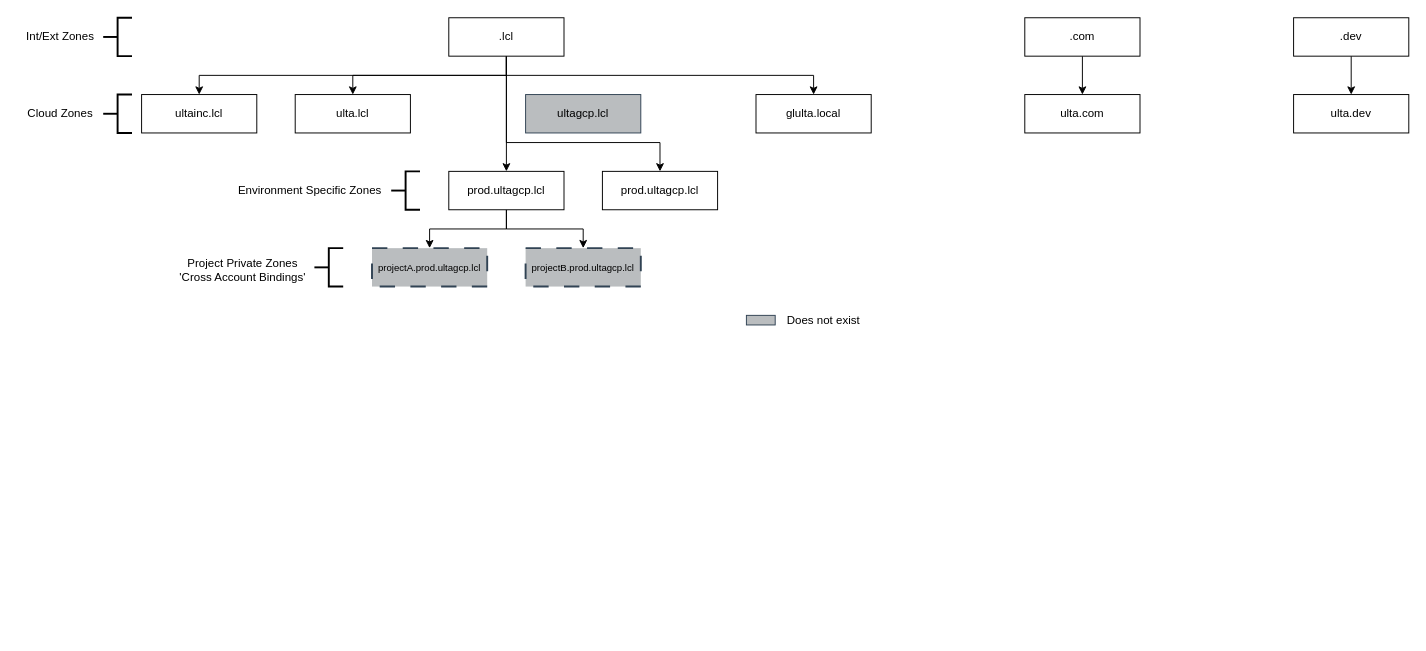
This is page "Domain Hierarchy" (2 of 2) of images/gcp-net-svc.drawio from bpayt2/temp, a draw.io file, before an edit. Source tidied: cells renumbered, new cells numbered last; positions are measured from the earlier drawing's top-left corner, leaving out a move shared by most shapes. Both pictures are drawn from the tidied source at 96%, with x=0, y=0 at pixel (16, 17).
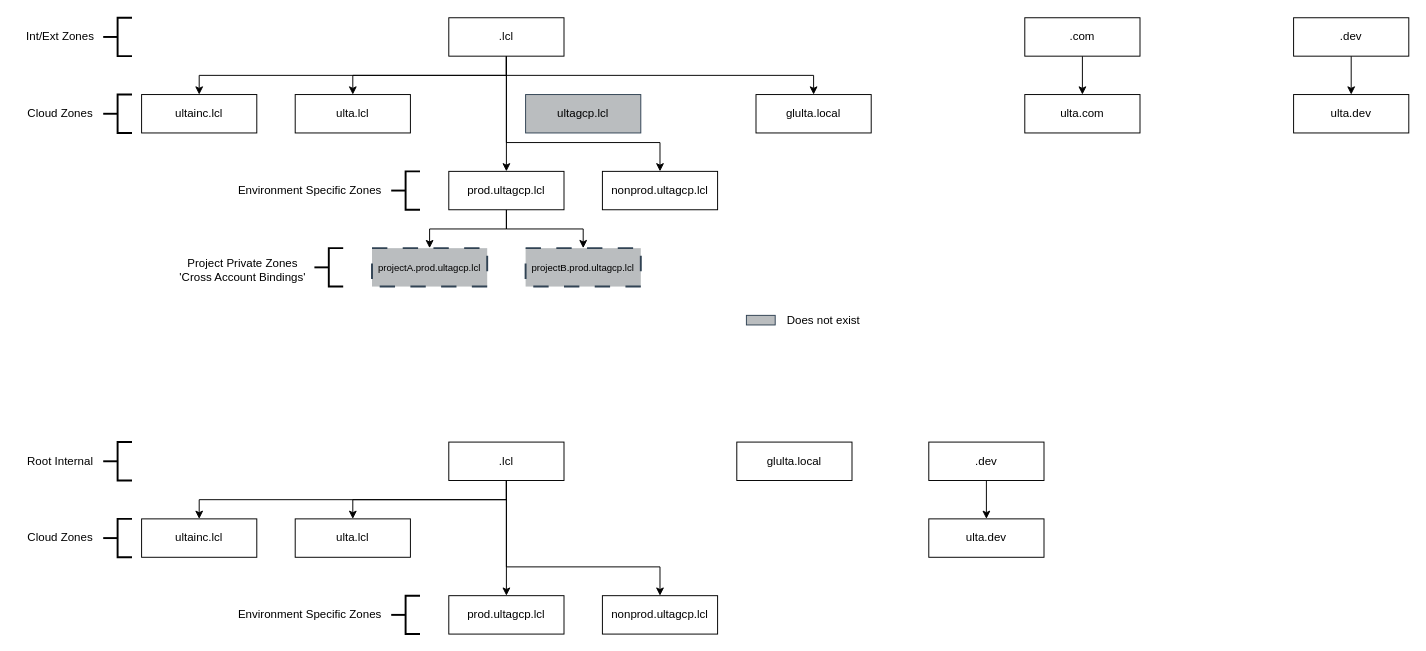
After the change.

What changed in the source:
```diff
@@
-    <mxCell id="13" value="prod.ultagcp.lcl" style="rounded=0;whiteSpace=wrap;html=1;" parent="1" vertex="1">
+    <mxCell id="13" value="nonprod.ultagcp.lcl" style="rounded=0;whiteSpace=wrap;html=1;" parent="1" vertex="1">
       <mxGeometry x="610" y="160" width="120" height="40" as="geometry" />
     </mxCell>
@@
+    <mxCell id="34" value="ultainc.lcl" style="rounded=0;whiteSpace=wrap;html=1;" parent="1" vertex="1">
+      <mxGeometry x="130" y="522" width="120" height="40" as="geometry" />
+    </mxCell>
+    <mxCell id="35" style="edgeStyle=orthogonalEdgeStyle;rounded=0;jettySize=auto;html=1;exitX=0.5;exitY=1;exitDx=0;exitDy=0;entryX=0.5;entryY=0;entryDx=0;entryDy=0;" parent="1" edge="1" source="39" target="34">
+      <mxGeometry relative="1" as="geometry" />
+    </mxCell>
+    <mxCell id="36" style="edgeStyle=orthogonalEdgeStyle;rounded=0;jettySize=auto;html=1;exitX=0.5;exitY=1;exitDx=0;exitDy=0;" parent="1" edge="1" source="39" target="41">
+      <mxGeometry relative="1" as="geometry" />
+    </mxCell>
+    <mxCell id="37" style="edgeStyle=orthogonalEdgeStyle;rounded=0;jettySize=auto;html=1;exitX=0.5;exitY=1;exitDx=0;exitDy=0;entryX=0.5;entryY=0;entryDx=0;entryDy=0;" parent="1" edge="1" source="39" target="40">
+      <mxGeometry relative="1" as="geometry" />
+    </mxCell>
+    <mxCell id="38" style="edgeStyle=orthogonalEdgeStyle;rounded=0;jettySize=auto;html=1;exitX=0.5;exitY=1;exitDx=0;exitDy=0;" parent="1" edge="1" source="39" target="42">
+      <mxGeometry relative="1" as="geometry">
+        <Array as="points">
+          <mxPoint x="510" y="572" />
+          <mxPoint x="670" y="572" />
+        </Array>
+      </mxGeometry>
+    </mxCell>
+    <mxCell id="39" value=".lcl" style="rounded=0;whiteSpace=wrap;html=1;" parent="1" vertex="1">
+      <mxGeometry x="450" y="442" width="120" height="40" as="geometry" />
+    </mxCell>
+    <mxCell id="40" value="prod.ultagcp.lcl" style="rounded=0;whiteSpace=wrap;html=1;" parent="1" vertex="1">
+      <mxGeometry x="450" y="602" width="120" height="40" as="geometry" />
+    </mxCell>
+    <mxCell id="41" value="ulta.lcl" style="rounded=0;whiteSpace=wrap;html=1;" parent="1" vertex="1">
+      <mxGeometry x="290" y="522" width="120" height="40" as="geometry" />
+    </mxCell>
+    <mxCell id="42" value="nonprod.ultagcp.lcl" style="rounded=0;whiteSpace=wrap;html=1;" parent="1" vertex="1">
+      <mxGeometry x="610" y="602" width="120" height="40" as="geometry" />
+    </mxCell>
+    <mxCell id="43" value="glulta.local" style="rounded=0;whiteSpace=wrap;html=1;" parent="1" vertex="1">
+      <mxGeometry x="750" y="442" width="120" height="40" as="geometry" />
+    </mxCell>
+    <mxCell id="44" style="strokeWidth=2;html=1;shape=mxgraph.flowchart.annotation_2;align=left;labelPosition=right;" parent="1" vertex="1">
+      <mxGeometry x="390" y="602" width="30" height="40" as="geometry" />
+    </mxCell>
+    <mxCell id="45" value="Environment Specific Zones" style="text;html=1;align=center;verticalAlign=middle;strokeColor=none;fillColor=none;" parent="1" vertex="1">
+      <mxGeometry x="220" y="607" width="170" height="30" as="geometry" />
+    </mxCell>
+    <mxCell id="46" style="strokeWidth=2;html=1;shape=mxgraph.flowchart.annotation_2;align=left;labelPosition=right;rotation=0;" parent="1" vertex="1">
+      <mxGeometry x="90" y="522" width="30" height="40" as="geometry" />
+    </mxCell>
+    <mxCell id="47" value="Cloud Zones" style="text;html=1;align=center;verticalAlign=middle;strokeColor=none;fillColor=none;" parent="1" vertex="1">
+      <mxGeometry y="527" width="90" height="30" as="geometry" />
+    </mxCell>
+    <mxCell id="48" style="edgeStyle=orthogonalEdgeStyle;rounded=0;jettySize=auto;html=1;exitX=0.5;exitY=1;exitDx=0;exitDy=0;" parent="1" edge="1" source="49" target="50">
+      <mxGeometry relative="1" as="geometry" />
+    </mxCell>
+    <mxCell id="49" value=".dev" style="rounded=0;whiteSpace=wrap;html=1;" parent="1" vertex="1">
+      <mxGeometry x="950" y="442" width="120" height="40" as="geometry" />
+    </mxCell>
+    <mxCell id="50" value="ulta.dev" style="rounded=0;whiteSpace=wrap;html=1;" parent="1" vertex="1">
+      <mxGeometry x="950" y="522" width="120" height="40" as="geometry" />
+    </mxCell>
+    <mxCell id="51" style="strokeWidth=2;html=1;shape=mxgraph.flowchart.annotation_2;align=left;labelPosition=right;rotation=0;" parent="1" vertex="1">
+      <mxGeometry x="90" y="442" width="30" height="40" as="geometry" />
+    </mxCell>
+    <mxCell id="52" value="Root Internal" style="text;html=1;align=center;verticalAlign=middle;strokeColor=none;fillColor=none;" parent="1" vertex="1">
+      <mxGeometry y="447" width="90" height="30" as="geometry" />
+    </mxCell>
```
